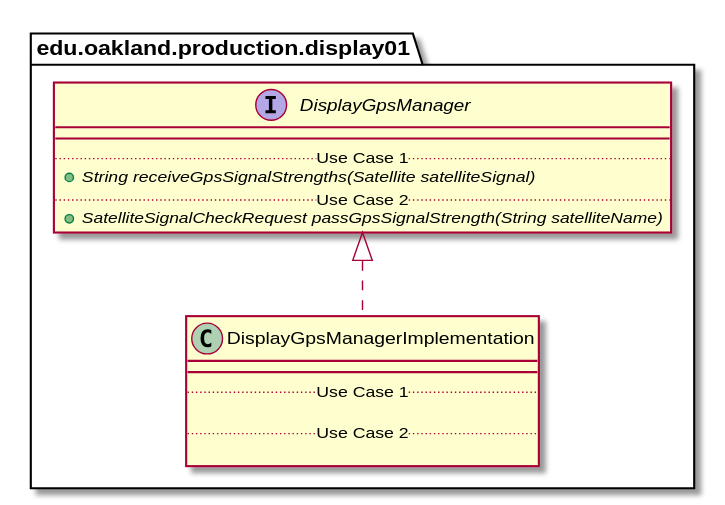
This is docs/uml-class-diagrams/display01/production/DisplayGpsManagerImplementation/DisplayGpsManagerImplementation_Closure.svg from andrewdimmer/csi-3370-software-project, a PlantUML export, as it was before one commit.
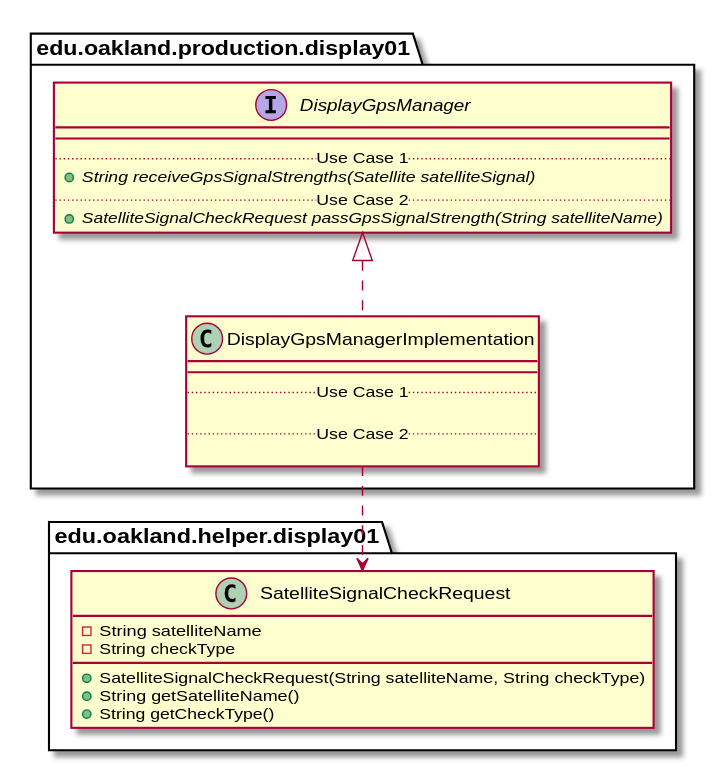
After the change.

The edit, as a diff of the source:
```diff
@@ -33,6 +33,23 @@
 
 
 
+package edu.oakland.helper.display01 {
+    class SatelliteSignalCheckRequest {
+        - String satelliteName
+        - String checkType
+        + SatelliteSignalCheckRequest(String satelliteName, String checkType)
+        + String getSatelliteName()
+        + String getCheckType()
+    }
+}
+
+
+
+
+
+
+DisplayGpsManagerImplementation ..> SatelliteSignalCheckRequest
+
 
 
 @enduml
```
